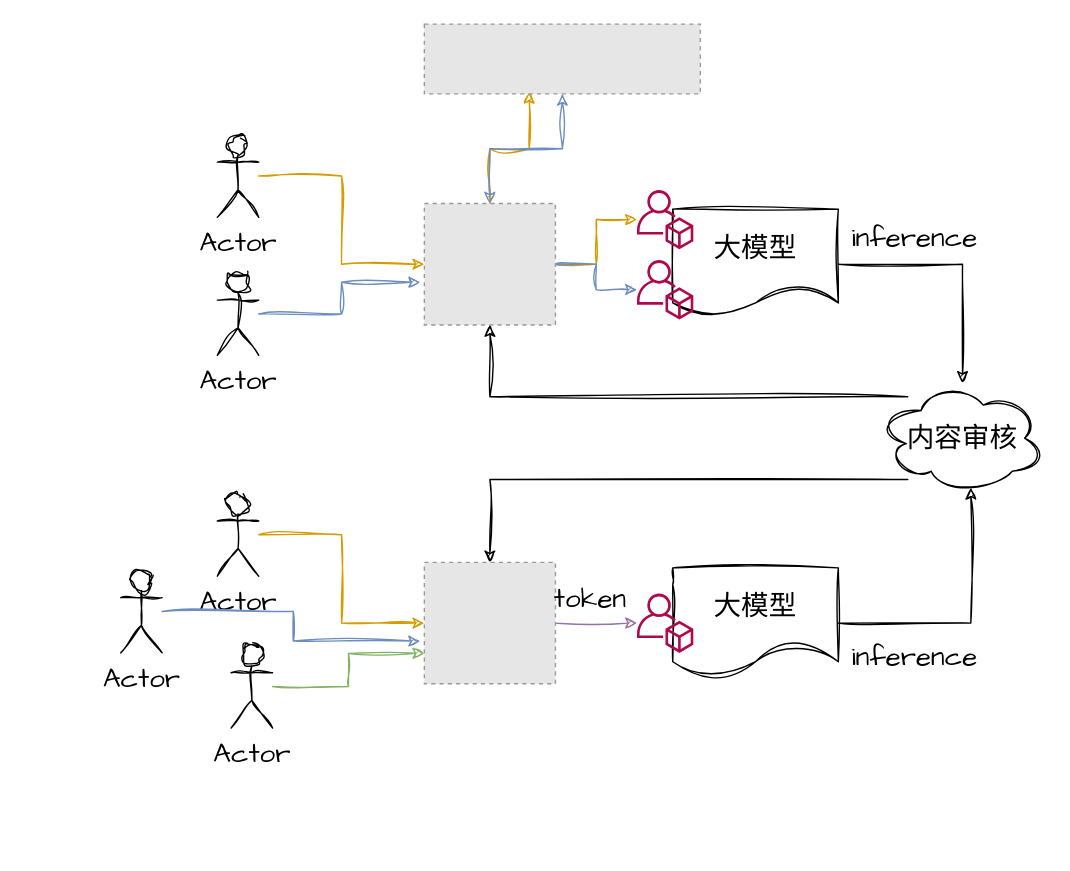
pkking/mydrawio keeps this draw.io diagram as huggingface-xihe-acct.drawio. Above is the earlier version. Source tidied: cells renumbered, new cells numbered last; positions are measured from the earlier drawing's top-left corner, leaving out a move shared by most shapes. Both pictures are drawn from the tidied source at 138%, with x=0, y=0 at pixel (120, 23). Pictures stored in the file or linked from it are replaced by grey dashed boxes.
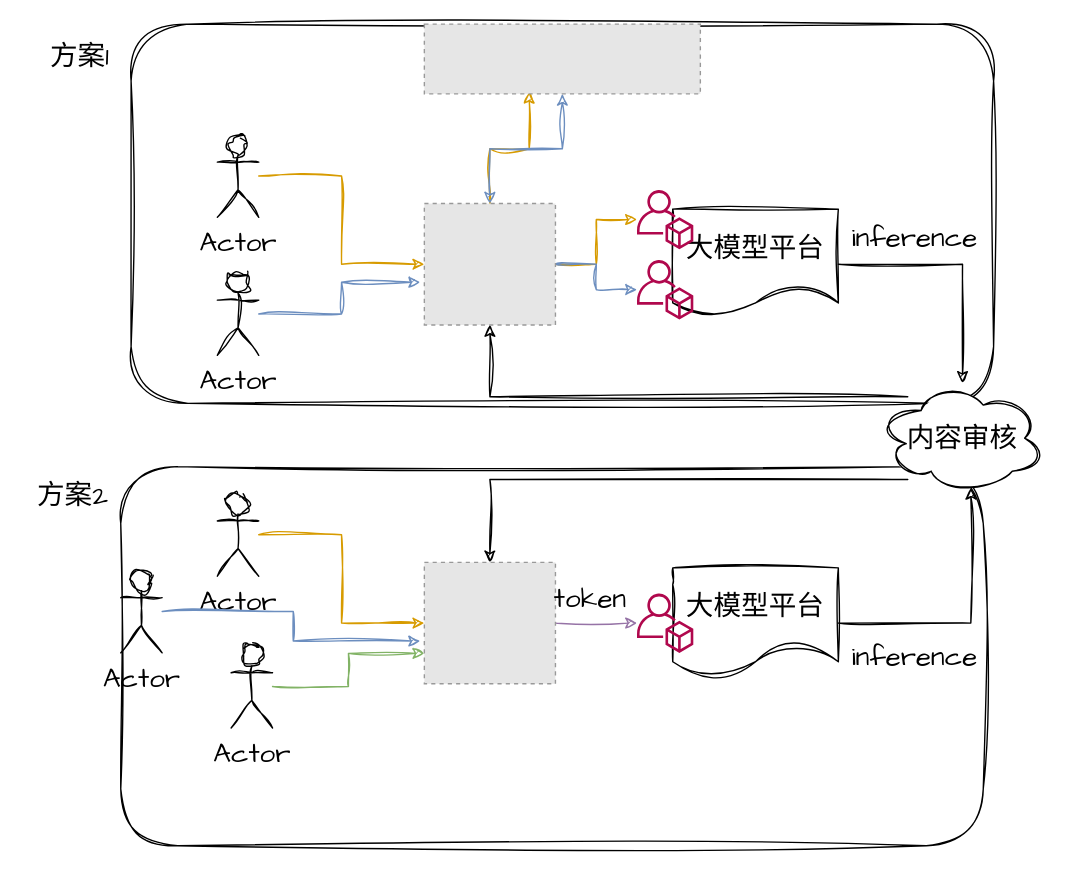
The same page after the edit.

The edit, as a diff of the source:
```diff
@@
+    <mxCell id="33" value="&lt;p align=&quot;left&quot;&gt;&lt;br&gt;&lt;/p&gt;" style="rounded=1;whiteSpace=wrap;html=1;sketch=1;hachureGap=4;jiggle=2;curveFitting=1;fontFamily=Architects Daughter;fontSize=20;" parent="1" vertex="1">
+      <mxGeometry y="320.6" width="625" height="274.8" as="geometry" />
+    </mxCell>
+    <mxCell id="34" value="&lt;p align=&quot;left&quot;&gt;&lt;br&gt;&lt;/p&gt;" style="rounded=1;whiteSpace=wrap;html=1;sketch=1;hachureGap=4;jiggle=2;curveFitting=1;fontFamily=Architects Daughter;fontSize=20;" parent="1" vertex="1">
+      <mxGeometry x="7.5" width="625" height="274.8" as="geometry" />
+    </mxCell>
@@
-    <mxCell id="13" value="大模型" style="shape=document;whiteSpace=wrap;html=1;boundedLbl=1;sketch=1;hachureGap=4;jiggle=2;curveFitting=1;fontFamily=Architects Daughter;fontSize=20;" parent="1" vertex="1">
+    <mxCell id="13" value="大模型平台" style="shape=document;whiteSpace=wrap;html=1;boundedLbl=1;sketch=1;hachureGap=4;jiggle=2;curveFitting=1;fontFamily=Architects Daughter;fontSize=20;" parent="1" vertex="1">
       <mxGeometry x="400" y="134" width="120" height="80" as="geometry" />
     </mxCell>
@@
-    <mxCell id="23" value="大模型" style="shape=document;whiteSpace=wrap;html=1;boundedLbl=1;sketch=1;hachureGap=4;jiggle=2;curveFitting=1;fontFamily=Architects Daughter;fontSize=20;" parent="1" vertex="1">
+    <mxCell id="23" value="大模型平台" style="shape=document;whiteSpace=wrap;html=1;boundedLbl=1;sketch=1;hachureGap=4;jiggle=2;curveFitting=1;fontFamily=Architects Daughter;fontSize=20;" parent="1" vertex="1">
       <mxGeometry x="400" y="394" width="120" height="80" as="geometry" />
     </mxCell>
@@
+    <mxCell id="35" value="方案1" style="text;html=1;align=center;verticalAlign=middle;strokeColor=none;fillColor=none;fontSize=20;fontFamily=Architects Daughter;" parent="1" vertex="1">
+      <mxGeometry x="-65" y="3" width="70" height="40" as="geometry" />
+    </mxCell>
+    <mxCell id="36" value="方案2" style="text;html=1;align=center;verticalAlign=middle;strokeColor=none;fillColor=none;fontSize=20;fontFamily=Architects Daughter;" parent="1" vertex="1">
+      <mxGeometry x="-70" y="320.6" width="70" height="40" as="geometry" />
+    </mxCell>
```
